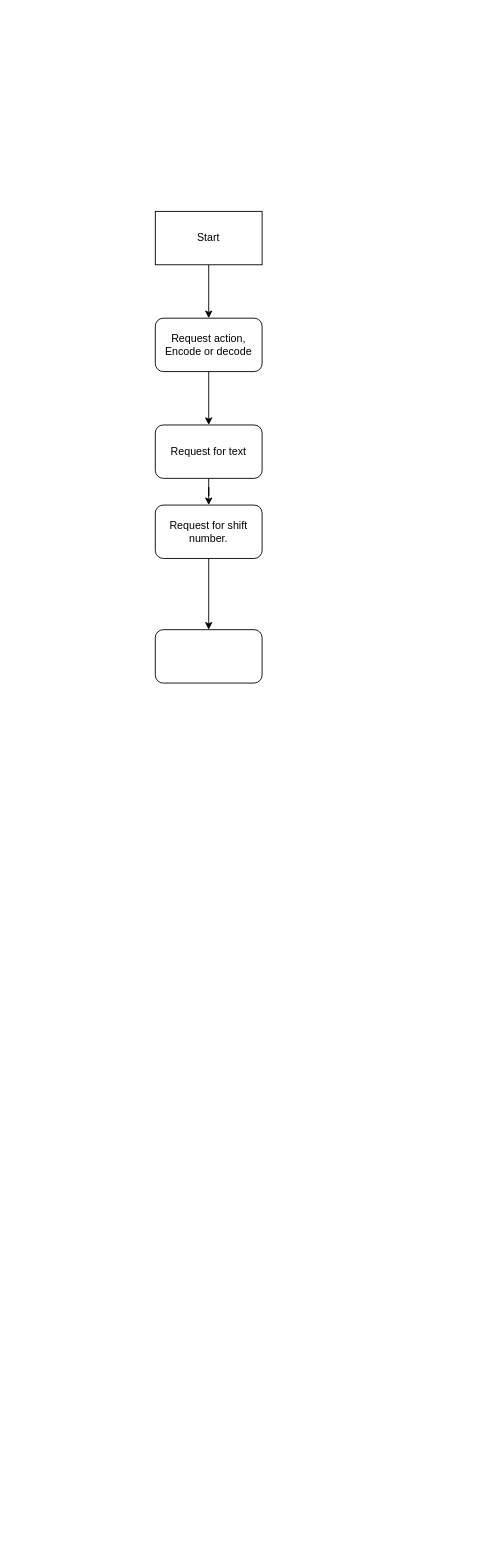
Above: Ceaser cipher.drawio in Phil-Sipec/100-days-Python (draw.io), before the change. Source tidied: cells renumbered, new cells numbered last; positions are measured from the earlier drawing's top-left corner, leaving out a move shared by most shapes. Both pictures are drawn from the tidied source at 89%, with x=0, y=0 at pixel (155, 211).
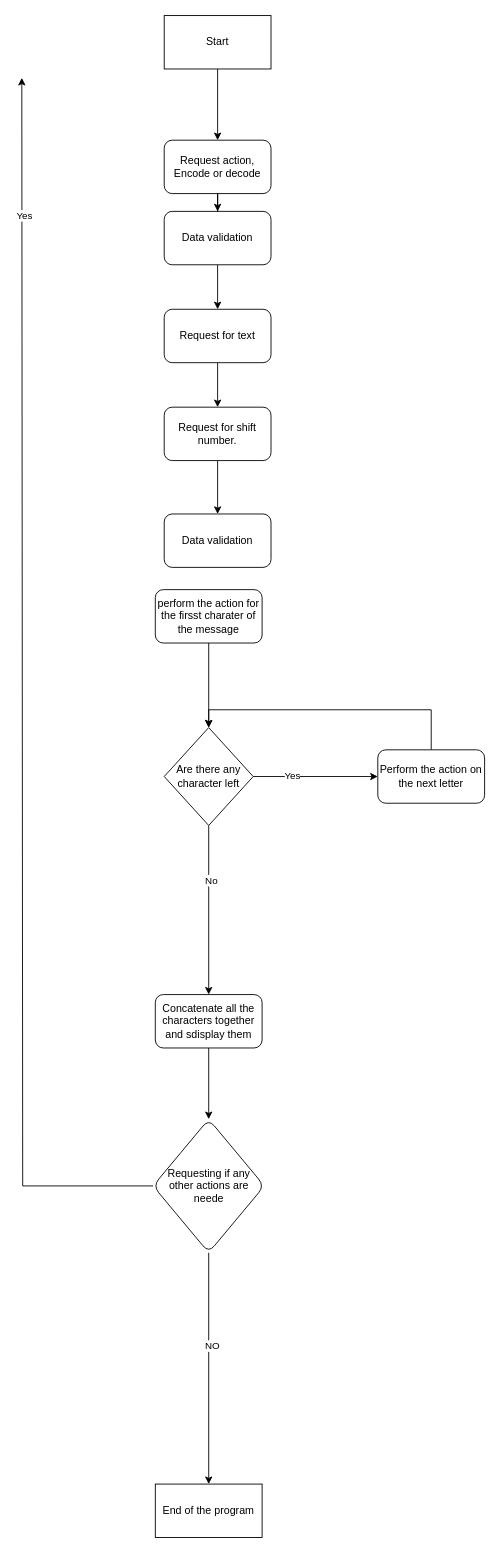
Above is the later version.

Change to the diagram source:
```diff
@@
     <mxCell id="3" value="Start" style="rounded=0;whiteSpace=wrap;html=1;" parent="1" vertex="1">
-      <mxGeometry width="120" height="60" as="geometry" />
+      <mxGeometry x="10" y="-220" width="120" height="60" as="geometry" />
     </mxCell>
-    <mxCell id="4" style="edgeStyle=orthogonalEdgeStyle;rounded=0;jettySize=auto;html=1;" parent="1" edge="1" source="5" target="7">
-      <mxGeometry relative="1" as="geometry" />
-    </mxCell>
+    <mxCell id="11" style="edgeStyle=orthogonalEdgeStyle;rounded=0;jettySize=auto;html=1;" parent="1" edge="1" source="5" target="25">
+      <mxGeometry relative="1" as="geometry" />
+    </mxCell>
     <mxCell id="5" value="Request action, Encode or decode" style="rounded=1;whiteSpace=wrap;html=1;" parent="1" vertex="1">
-      <mxGeometry y="120" width="120" height="60" as="geometry" />
+      <mxGeometry x="10" y="-80" width="120" height="60" as="geometry" />
     </mxCell>
@@
     <mxCell id="7" value="Request for text" style="rounded=1;whiteSpace=wrap;html=1;" parent="1" vertex="1">
-      <mxGeometry y="240" width="120" height="60" as="geometry" />
+      <mxGeometry x="10" y="110" width="120" height="60" as="geometry" />
     </mxCell>
-    <mxCell id="8" style="edgeStyle=orthogonalEdgeStyle;rounded=0;jettySize=auto;html=1;" parent="1" edge="1" source="9" target="10">
-      <mxGeometry relative="1" as="geometry" />
-    </mxCell>
+    <mxCell id="12" style="edgeStyle=orthogonalEdgeStyle;rounded=0;jettySize=auto;html=1;" parent="1" edge="1" source="9" target="26">
+      <mxGeometry relative="1" as="geometry" />
+    </mxCell>
     <mxCell id="9" value="Request for shift number." style="rounded=1;whiteSpace=wrap;html=1;" parent="1" vertex="1">
-      <mxGeometry y="330" width="120" height="60" as="geometry" />
+      <mxGeometry x="10" y="220" width="120" height="60" as="geometry" />
     </mxCell>
+    <mxCell id="13" style="edgeStyle=orthogonalEdgeStyle;rounded=0;jettySize=auto;html=1;" parent="1" edge="1" source="10" target="18">
+      <mxGeometry relative="1" as="geometry" />
+    </mxCell>
-    <mxCell id="10" style="rounded=1;whiteSpace=wrap;html=1;" parent="1" vertex="1">
-      <mxGeometry y="470" width="120" height="60" as="geometry" />
+    <mxCell id="10" value="perform the action for the firsst charater of the message" style="rounded=1;whiteSpace=wrap;html=1;" parent="1" vertex="1">
+      <mxGeometry y="425" width="120" height="60" as="geometry" />
     </mxCell>
+    <mxCell id="14" style="edgeStyle=orthogonalEdgeStyle;rounded=0;jettySize=auto;html=1;" parent="1" edge="1" source="18" target="20">
+      <mxGeometry relative="1" as="geometry" />
+    </mxCell>
+    <mxCell id="15" value="Yes" style="edgeLabel;html=1;align=center;verticalAlign=middle;" parent="14" vertex="1">
+      <mxGeometry x="-0.38" y="2" relative="1" as="geometry" />
+    </mxCell>
+    <mxCell id="16" style="edgeStyle=orthogonalEdgeStyle;rounded=0;jettySize=auto;html=1;" parent="1" edge="1" source="18" target="22">
+      <mxGeometry relative="1" as="geometry" />
+    </mxCell>
+    <mxCell id="17" value="No" style="edgeLabel;html=1;align=center;verticalAlign=middle;" parent="16" vertex="1">
+      <mxGeometry x="-0.36" y="2" relative="1" as="geometry" />
+    </mxCell>
+    <mxCell id="18" value="Are there any character left" style="rhombus;whiteSpace=wrap;html=1;" parent="1" vertex="1">
+      <mxGeometry x="10" y="580" width="100" height="110" as="geometry" />
+    </mxCell>
+    <mxCell id="19" style="edgeStyle=orthogonalEdgeStyle;rounded=0;jettySize=auto;html=1;entryX=0.5;entryY=0;entryDx=0;entryDy=0;" parent="1" edge="1" source="20" target="18">
+      <mxGeometry relative="1" as="geometry">
+        <Array as="points">
+          <mxPoint x="310" y="560" />
+          <mxPoint x="60" y="560" />
+        </Array>
+      </mxGeometry>
+    </mxCell>
+    <mxCell id="20" value="Perform the action on the next letter" style="rounded=1;whiteSpace=wrap;html=1;" parent="1" vertex="1">
+      <mxGeometry x="250" y="605" width="120" height="60" as="geometry" />
+    </mxCell>
+    <mxCell id="21" style="edgeStyle=orthogonalEdgeStyle;rounded=0;jettySize=auto;html=1;" parent="1" edge="1" source="22" target="31">
+      <mxGeometry relative="1" as="geometry" />
+    </mxCell>
+    <mxCell id="22" value="Concatenate all the characters together and sdisplay them" style="rounded=1;whiteSpace=wrap;html=1;" parent="1" vertex="1">
+      <mxGeometry y="880" width="120" height="60" as="geometry" />
+    </mxCell>
+    <mxCell id="23" value="End of the program" style="rounded=0;whiteSpace=wrap;html=1;" parent="1" vertex="1">
+      <mxGeometry y="1430" width="120" height="60" as="geometry" />
+    </mxCell>
+    <mxCell id="24" style="edgeStyle=orthogonalEdgeStyle;rounded=0;jettySize=auto;html=1;" parent="1" edge="1" source="25" target="7">
+      <mxGeometry relative="1" as="geometry" />
+    </mxCell>
+    <mxCell id="25" value="Data validation" style="whiteSpace=wrap;html=1;rounded=1;" parent="1" vertex="1">
+      <mxGeometry x="10" width="120" height="60" as="geometry" />
+    </mxCell>
+    <mxCell id="26" value="Data validation" style="rounded=1;whiteSpace=wrap;html=1;" parent="1" vertex="1">
+      <mxGeometry x="10" y="340" width="120" height="60" as="geometry" />
+    </mxCell>
+    <mxCell id="27" style="edgeStyle=orthogonalEdgeStyle;rounded=0;jettySize=auto;html=1;" parent="1" edge="1" source="31" target="23">
+      <mxGeometry relative="1" as="geometry" />
+    </mxCell>
+    <mxCell id="28" value="NO" style="edgeLabel;html=1;align=center;verticalAlign=middle;" parent="27" vertex="1">
+      <mxGeometry x="-0.2" y="3" relative="1" as="geometry" />
+    </mxCell>
+    <mxCell id="29" style="edgeStyle=orthogonalEdgeStyle;rounded=0;jettySize=auto;html=1;" parent="1" edge="1" source="31">
+      <mxGeometry relative="1" as="geometry">
+        <mxPoint x="-150" y="-150" as="targetPoint" />
+        <Array as="points">
+          <mxPoint x="-149" y="1095" />
+        </Array>
+      </mxGeometry>
+    </mxCell>
+    <mxCell id="30" value="Yes" style="edgeLabel;html=1;align=center;verticalAlign=middle;" parent="29" vertex="1">
+      <mxGeometry x="0.78" y="-2" relative="1" as="geometry">
+        <mxPoint y="1" as="offset" />
+      </mxGeometry>
+    </mxCell>
+    <mxCell id="31" value="Requesting if any other actions are neede" style="rhombus;whiteSpace=wrap;html=1;rounded=1;" parent="1" vertex="1">
+      <mxGeometry x="-2.5" y="1020" width="125" height="150" as="geometry" />
+    </mxCell>
```
